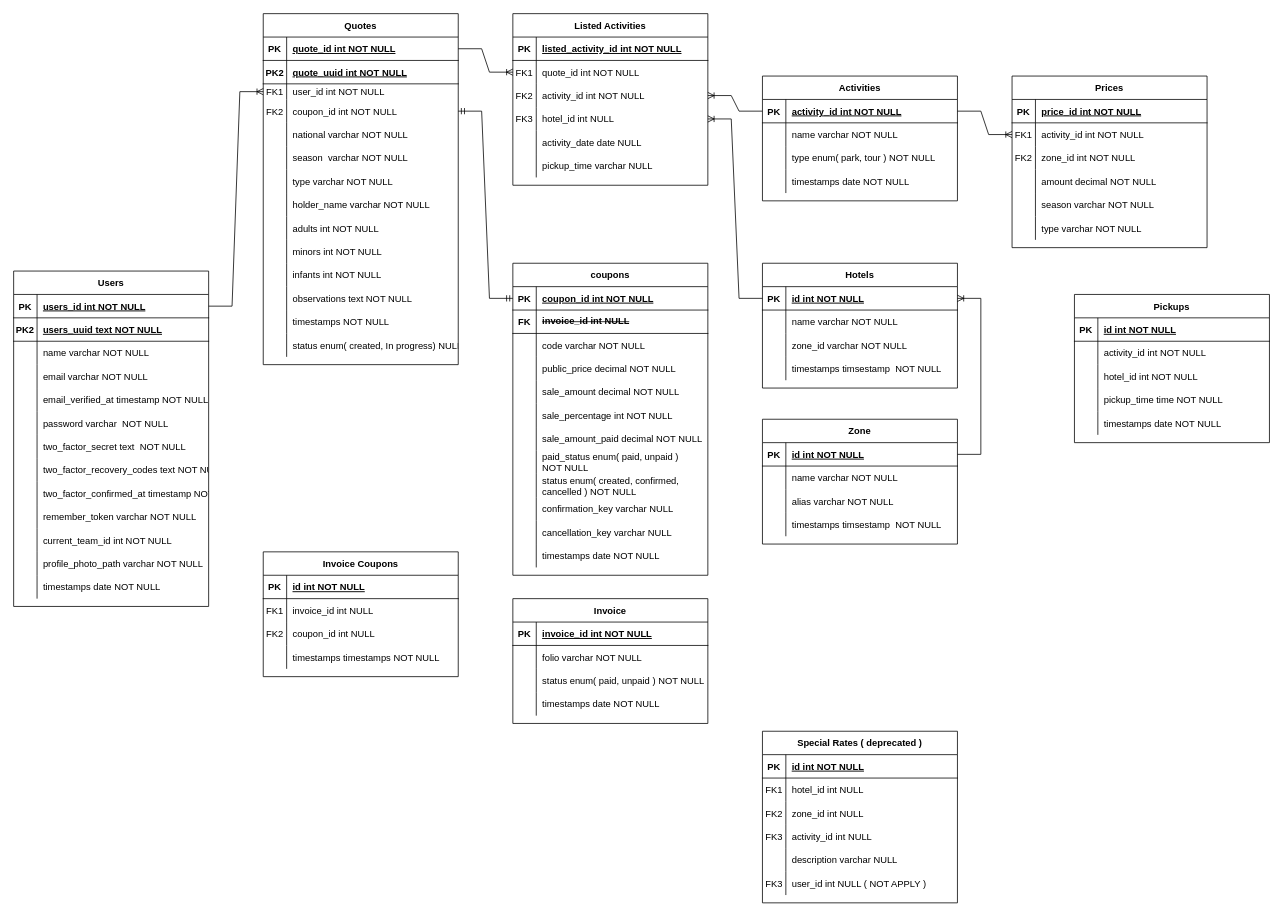
Before: Diagrama sin título.drawio in Pcbtroniks/quote, a draw.io diagram. Source tidied: cells renumbered, new cells numbered last; positions are measured from the earlier drawing's top-left corner, leaving out a move shared by most shapes. Both pictures are drawn from the tidied source at 78%, with x=0, y=0 at pixel (13, 13).
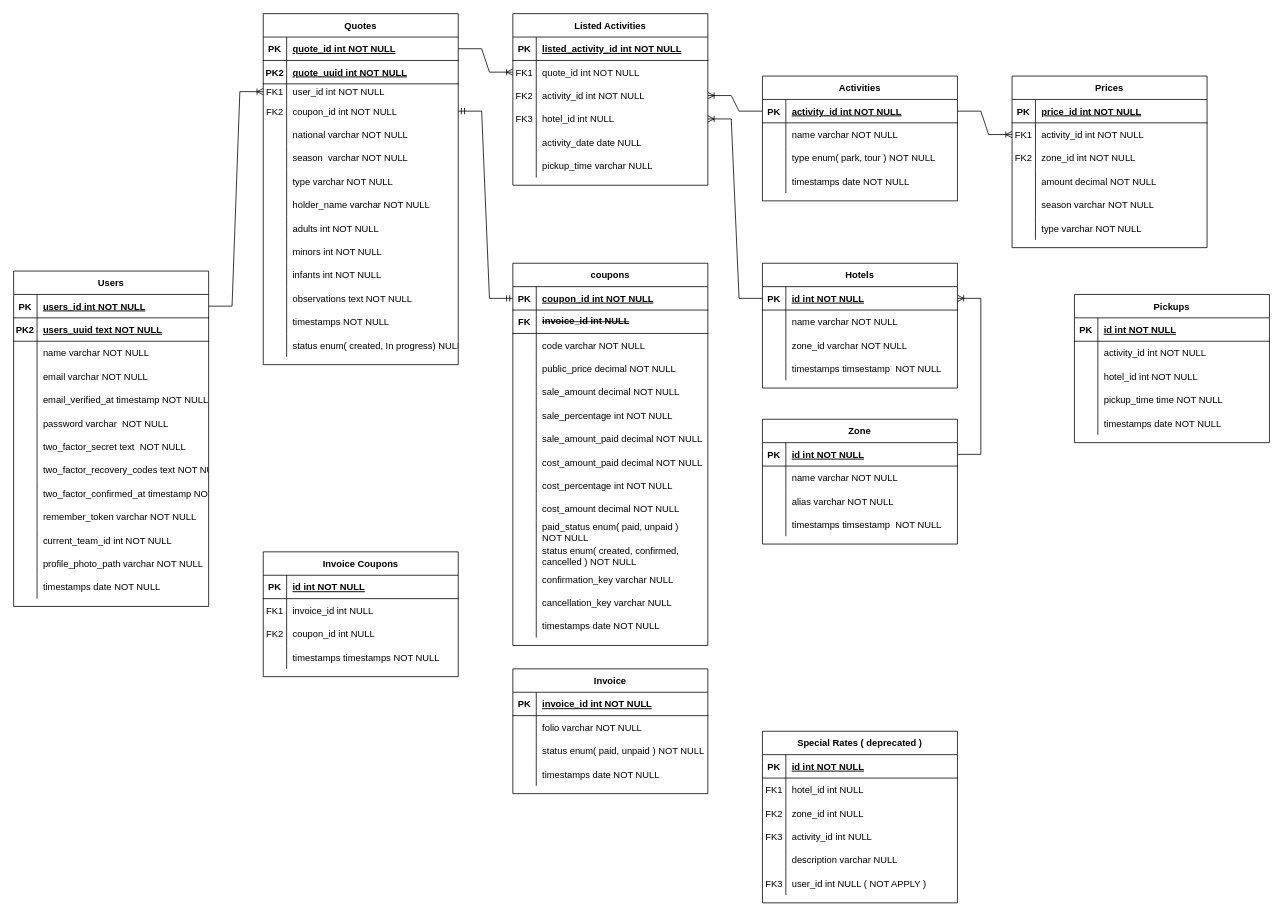
Above is the later version.

Commit message:
REFACTOR\ Coupons table

Diff of the diagram source:
```diff
@@
     <mxCell id="136" value="coupons" style="shape=table;startSize=30;childLayout=tableLayout;rowLines=0;fontStyle=1;align=center;" parent="1" vertex="1">
-      <mxGeometry x="640" y="320" width="250" height="400" as="geometry" />
+      <mxGeometry x="640" y="320" width="250" height="490" as="geometry" />
     </mxCell>
@@
+    <mxCell id="267" style="shape=partialRectangle;fillColor=none;top=0;left=0;right=0;bottom=0;" parent="136" vertex="1">
+      <mxGeometry y="240" width="250" height="30" as="geometry" />
+    </mxCell>
+    <mxCell id="268" style="shape=partialRectangle;overflow=hidden;fillColor=none;top=0;left=0;bottom=0;right=0;" parent="267" vertex="1">
+      <mxGeometry width="30" height="30" as="geometry" />
+    </mxCell>
+    <mxCell id="269" value="cost_amount_paid decimal NOT NULL" style="shape=partialRectangle;overflow=hidden;fillColor=none;top=0;left=0;bottom=0;right=0;align=left;spacingLeft=6;" parent="267" vertex="1">
+      <mxGeometry x="30" width="220" height="30" as="geometry" />
+    </mxCell>
+    <mxCell id="270" style="shape=partialRectangle;fillColor=none;top=0;left=0;right=0;bottom=0;" parent="136" vertex="1">
+      <mxGeometry y="270" width="250" height="30" as="geometry" />
+    </mxCell>
+    <mxCell id="271" style="shape=partialRectangle;overflow=hidden;fillColor=none;top=0;left=0;bottom=0;right=0;" parent="270" vertex="1">
+      <mxGeometry width="30" height="30" as="geometry" />
+    </mxCell>
+    <mxCell id="272" value="cost_percentage int NOT NULL" style="shape=partialRectangle;overflow=hidden;fillColor=none;top=0;left=0;bottom=0;right=0;align=left;spacingLeft=6;" parent="270" vertex="1">
+      <mxGeometry x="30" width="220" height="30" as="geometry" />
+    </mxCell>
+    <mxCell id="273" style="shape=partialRectangle;fillColor=none;top=0;left=0;right=0;bottom=0;" parent="136" vertex="1">
+      <mxGeometry y="300" width="250" height="30" as="geometry" />
+    </mxCell>
+    <mxCell id="274" style="shape=partialRectangle;overflow=hidden;fillColor=none;top=0;left=0;bottom=0;right=0;" parent="273" vertex="1">
+      <mxGeometry width="30" height="30" as="geometry" />
+    </mxCell>
+    <mxCell id="275" value="cost_amount decimal NOT NULL" style="shape=partialRectangle;overflow=hidden;fillColor=none;top=0;left=0;bottom=0;right=0;align=left;spacingLeft=6;" parent="273" vertex="1">
+      <mxGeometry x="30" width="220" height="30" as="geometry" />
+    </mxCell>
     <mxCell id="158" style="shape=partialRectangle;fillColor=none;top=0;left=0;right=0;bottom=0;" parent="136" vertex="1">
-      <mxGeometry y="240" width="250" height="30" as="geometry" />
+      <mxGeometry y="330" width="250" height="30" as="geometry" />
     </mxCell>
@@
     <mxCell id="161" style="shape=partialRectangle;fillColor=none;top=0;left=0;right=0;bottom=0;" parent="136" vertex="1">
-      <mxGeometry y="270" width="250" height="30" as="geometry" />
+      <mxGeometry y="360" width="250" height="30" as="geometry" />
     </mxCell>
@@
     <mxCell id="164" style="shape=partialRectangle;fillColor=none;top=0;left=0;right=0;bottom=0;" parent="136" vertex="1">
-      <mxGeometry y="300" width="250" height="30" as="geometry" />
+      <mxGeometry y="390" width="250" height="30" as="geometry" />
     </mxCell>
@@
     <mxCell id="167" style="shape=partialRectangle;fillColor=none;top=0;left=0;right=0;bottom=0;" parent="136" vertex="1">
-      <mxGeometry y="330" width="250" height="30" as="geometry" />
+      <mxGeometry y="420" width="250" height="30" as="geometry" />
     </mxCell>
@@
     <mxCell id="170" style="shape=partialRectangle;fillColor=none;top=0;left=0;right=0;bottom=0;" parent="136" vertex="1">
-      <mxGeometry y="360" width="250" height="30" as="geometry" />
+      <mxGeometry y="450" width="250" height="30" as="geometry" />
     </mxCell>
@@
     <mxCell id="241" value="Invoice" style="shape=table;startSize=30;childLayout=tableLayout;rowLines=0;fontStyle=1;align=center;" parent="1" vertex="1">
-      <mxGeometry x="640" y="750" width="250" height="160" as="geometry" />
+      <mxGeometry x="640" y="840" width="250" height="160" as="geometry" />
     </mxCell>
```
